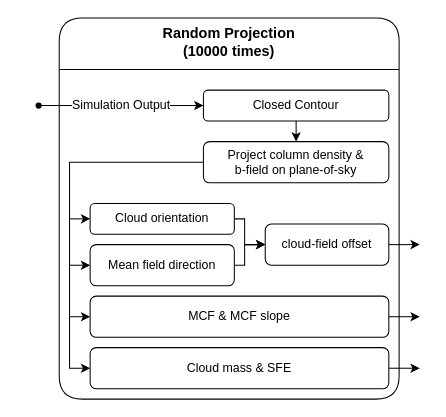
Before: page "projection" (2 of 3) of main-simple.drawio.xml in HinnyTsang/mcf-project-flow-chart, a draw.io diagram. Source tidied: cells renumbered, new cells numbered last; positions are measured from the earlier drawing's top-left corner, leaving out a move shared by most shapes. Both pictures are drawn from the tidied source at 103%, with x=0, y=0 at pixel (18, 18).
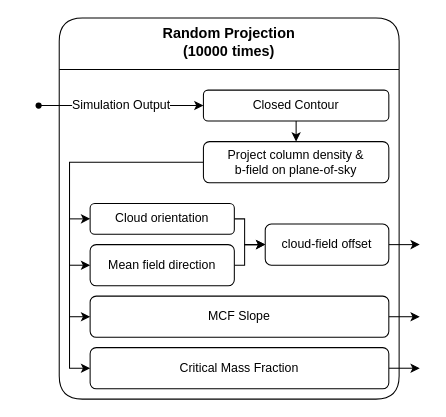
The same page after the edit.

Unchanged cells that the change refers to:
```xml
<mxCell id="2" value="Random Projection &#10;(10000 times)&#10;" style="swimlane;labelBackgroundColor=none;flipV=0;startSize=50;swimlaneLine=1;horizontal=1;verticalAlign=top;fontStyle=1;align=center;fontSize=14;rounded=1;gradientColor=none;fillColor=default;" parent="1" vertex="1">
  <mxGeometry x="40" width="330" height="370" as="geometry" />
</mxCell>
```

Change to the diagram source:
```diff
@@
-    <mxCell id="12" value="MCF &amp;amp; MCF slope" style="rounded=1;whiteSpace=wrap;html=1;labelBackgroundColor=none;flipV=1;" parent="2" vertex="1">
+    <mxCell id="12" value="MCF Slope" style="rounded=1;whiteSpace=wrap;html=1;labelBackgroundColor=none;flipV=1;" parent="2" vertex="1">
       <mxGeometry x="30" y="270" width="290" height="40" as="geometry" />
     </mxCell>
@@
-    <mxCell id="14" value="Cloud mass &amp;amp; SFE" style="rounded=1;whiteSpace=wrap;html=1;labelBackgroundColor=none;flipV=1;" parent="2" vertex="1">
+    <mxCell id="14" value="Critical Mass Fraction" style="rounded=1;whiteSpace=wrap;html=1;labelBackgroundColor=none;flipV=1;" parent="2" vertex="1">
       <mxGeometry x="30" y="320" width="290" height="40" as="geometry" />
     </mxCell>
```
